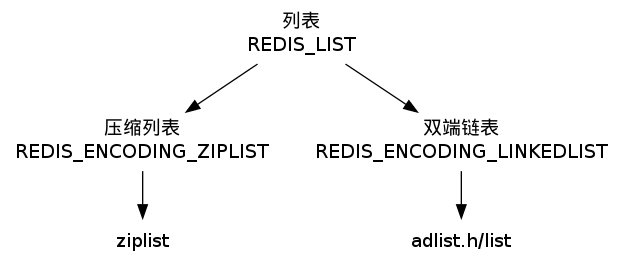
Before: datatype/image/redis_list.png, a diagram exported from Graphviz (huangzworks/redisbook). Its source is kept beside it as datatype/image/redis_list.dot. The source it was exported from:
```dot
digraph redis_list {

    node[shape=plaintext];


    REDIS_LIST [label="列表\nREDIS_LIST"];


    REDIS_ENCODING_ZIPLIST [label="压缩列表\nREDIS_ENCODING_ZIPLIST"];
    REDIS_ENCODING_LINKEDLIST [label="双端链表\nREDIS_ENCODING_LINKEDLIST"];


    REDIS_LIST -> REDIS_ENCODING_LINKEDLIST;
    REDIS_LIST -> REDIS_ENCODING_ZIPLIST;

    REDIS_ENCODING_LINKEDLIST -> list;
    REDIS_ENCODING_ZIPLIST -> ziplist;


    list [label="adlist.h/list"];


    ziplist [label="ziplist"];

}

```
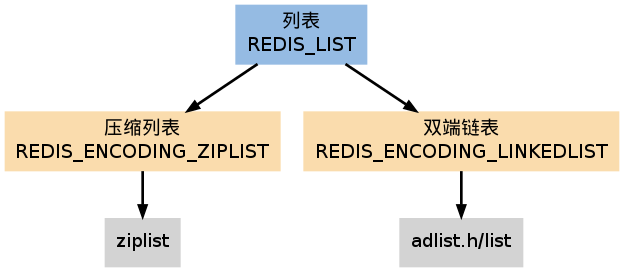
After the change.

Change to the diagram source:
```diff
@@ -1,13 +1,15 @@
 digraph redis_list {
 
-    node[shape=plaintext];
+    node[shape=plaintext, style = filled];
+
+    edge [style = bold];
 
 
-    REDIS_LIST [label="列表\nREDIS_LIST"];
+    REDIS_LIST [label="列表\nREDIS_LIST", fillcolor = "#95BBE3"];
 
 
-    REDIS_ENCODING_ZIPLIST [label="压缩列表\nREDIS_ENCODING_ZIPLIST"];
-    REDIS_ENCODING_LINKEDLIST [label="双端链表\nREDIS_ENCODING_LINKEDLIST"];
+    REDIS_ENCODING_ZIPLIST [label="压缩列表\nREDIS_ENCODING_ZIPLIST", fillcolor = "#FADCAD"];
+    REDIS_ENCODING_LINKEDLIST [label="双端链表\nREDIS_ENCODING_LINKEDLIST", fillcolor = "#FADCAD"];
 
 
     REDIS_LIST -> REDIS_ENCODING_LINKEDLIST;
```
